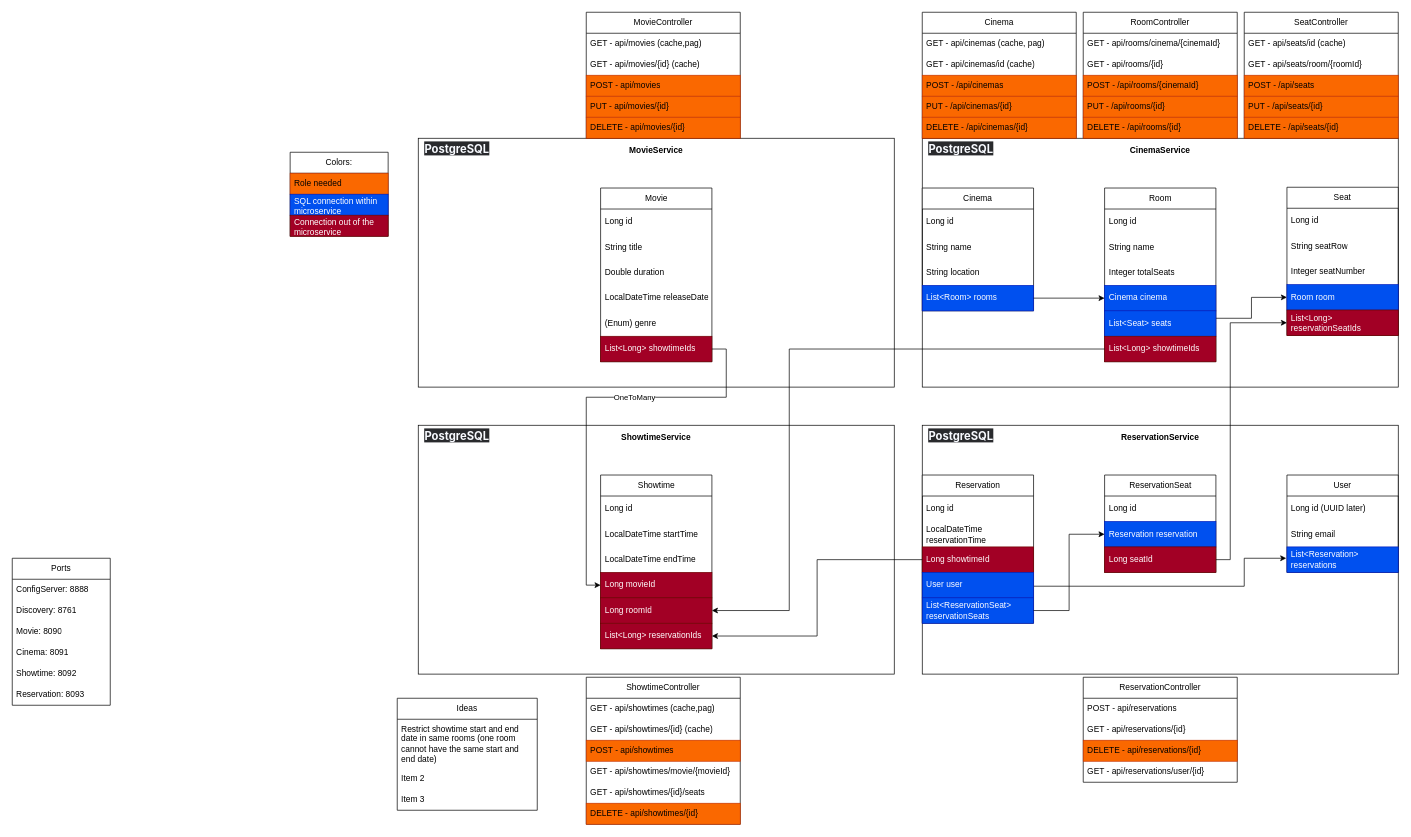
This is system.drawio from tpoda35/JAVA.PROJECT.MovieReservationSystem, a draw.io file, before an edit. Source tidied: cells renumbered, new cells numbered last; positions are measured from the earlier drawing's top-left corner, leaving out a move shared by most shapes. Both pictures are drawn from the tidied source at 70%, with x=0, y=0 at pixel (12, 12).
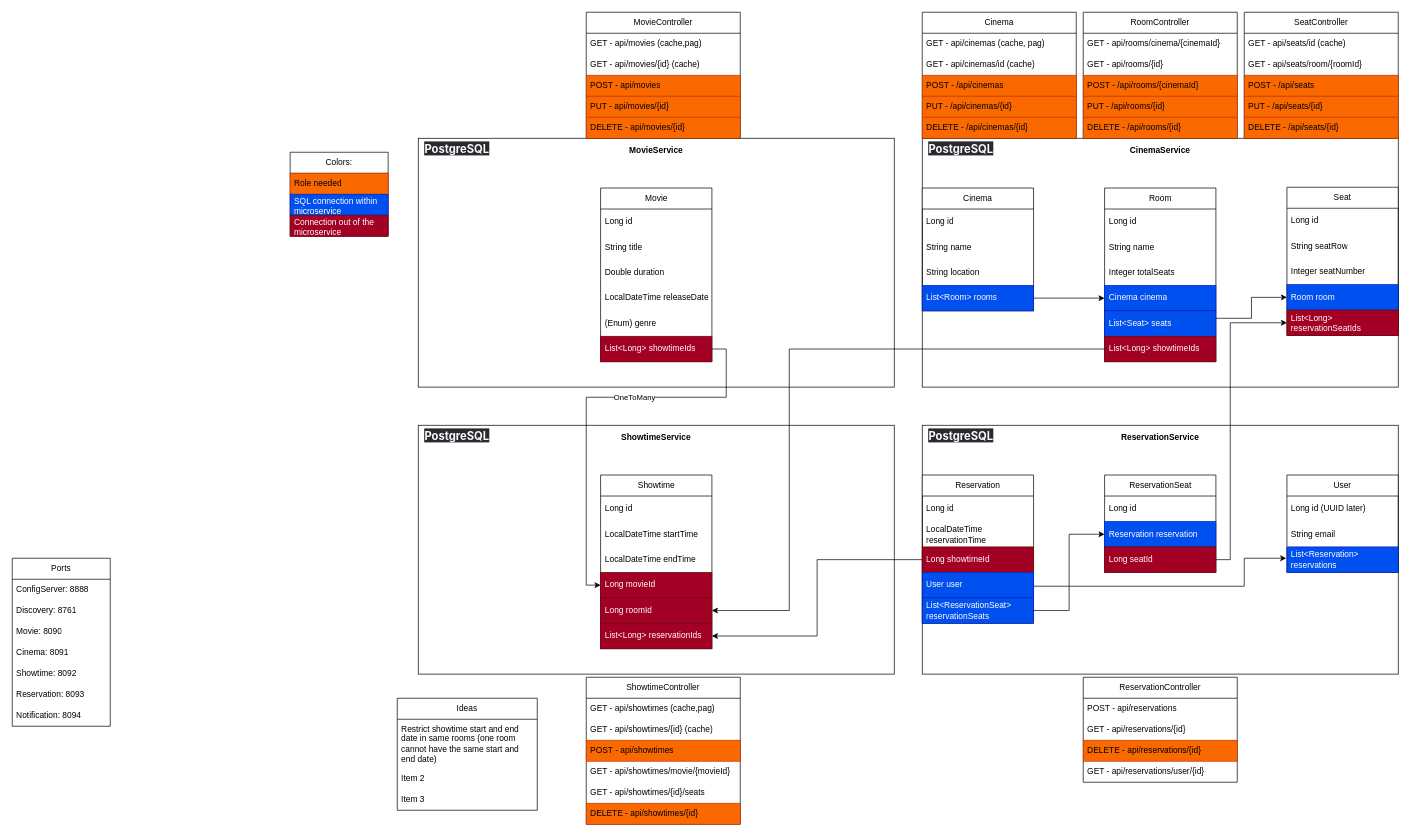
The same page after the edit.

What changed in the source:
```diff
@@
     <mxCell id="2" value="Ports" style="swimlane;fontStyle=0;horizontal=1;startSize=30;whiteSpace=wrap;html=1;" parent="1" vertex="1">
-      <mxGeometry y="780" width="140" height="210" as="geometry" />
+      <mxGeometry y="780" width="140" height="240" as="geometry" />
     </mxCell>
@@
+    <mxCell id="124" value="Notification: 8094" style="text;strokeColor=none;fillColor=none;align=left;verticalAlign=middle;spacingLeft=4;spacingRight=4;overflow=hidden;whiteSpace=wrap;html=1;" parent="2" vertex="1">
+      <mxGeometry y="210" width="140" height="30" as="geometry" />
+    </mxCell>
```
